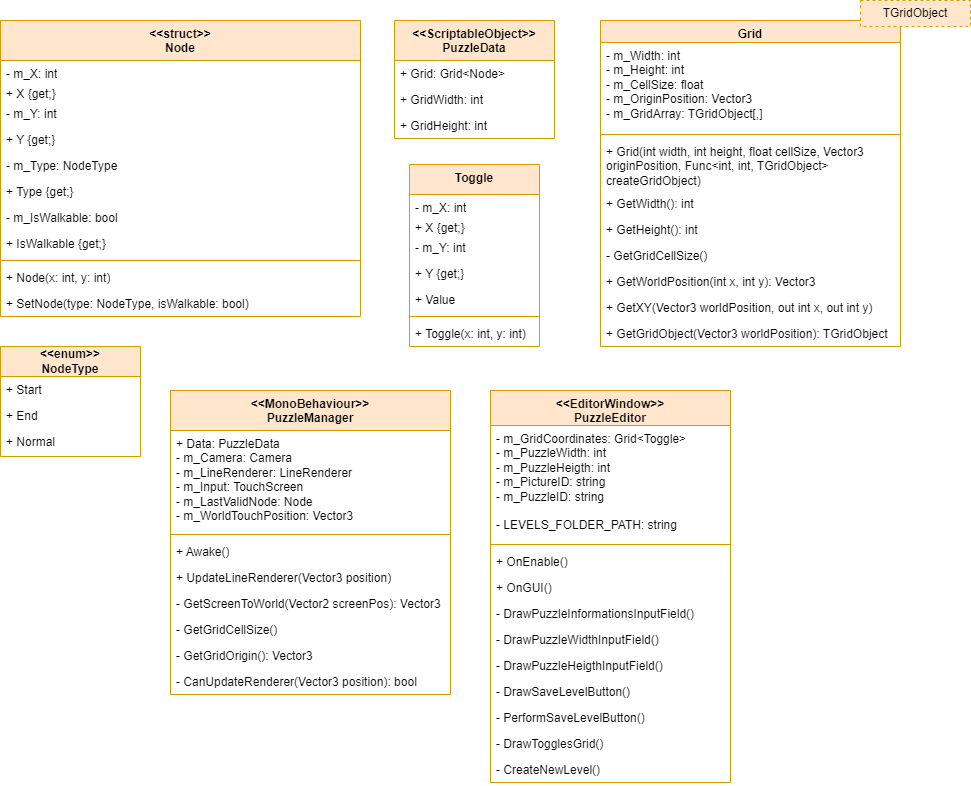
This is Documentation/Programming/uml_B2B_Museum_Puzzles.png from gabevlogd/Brera-Museum-B2B-App, a draw.io export, as it was before one commit. Source tidied: cells renumbered, new cells last; positions are measured from the earlier drawing's top-left corner, leaving out a move shared by most shapes.
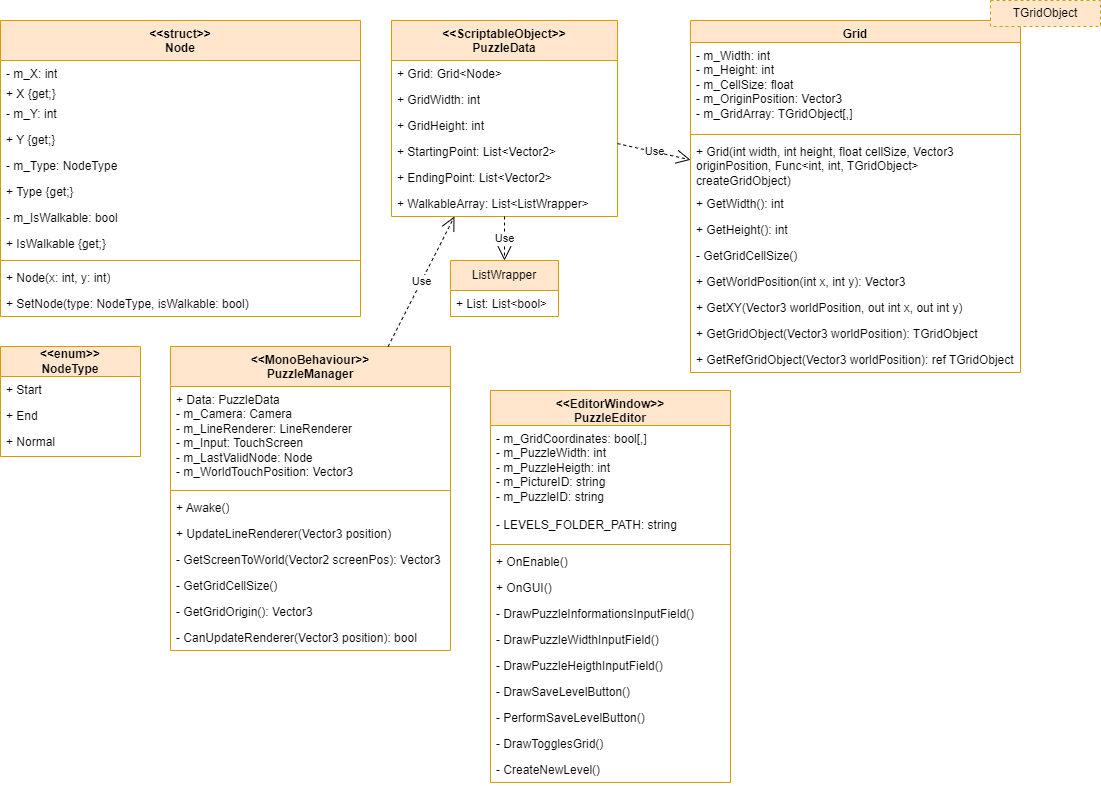
After the commit.

Commit message:
updated puzzle uml

What changed in the source:
```diff
@@ -51,7 +51,7 @@
       <mxGeometry y="82" width="140" height="28" as="geometry" />
     </mxCell>
     <mxCell id="18" value="&amp;lt;&amp;lt;MonoBehaviour&amp;gt;&amp;gt;&lt;br&gt;PuzzleManager" style="swimlane;fontStyle=1;align=center;verticalAlign=top;horizontal=1;startSize=40;whiteSpace=wrap;html=1;fillColor=#ffe6cc;strokeColor=#d79b00;" parent="1" vertex="1">
-      <mxGeometry x="170" y="390" width="280" height="304" as="geometry" />
+      <mxGeometry x="170" y="346" width="280" height="304" as="geometry" />
     </mxCell>
     <mxCell id="19" value="&lt;div&gt;+ Data: PuzzleData&lt;/div&gt;&lt;div&gt;- m_Camera: Camera&lt;/div&gt;&lt;div&gt;- m_LineRenderer: LineRenderer&lt;/div&gt;&lt;div&gt;&lt;span style=&quot;background-color: initial;&quot;&gt;- m_Input: TouchScreen&lt;/span&gt;&lt;/div&gt;&lt;div&gt;&lt;span style=&quot;background-color: initial;&quot;&gt;- m_LastValidNode: Node&lt;/span&gt;&lt;/div&gt;&lt;div&gt;- m_WorldTouchPosition: Vector3&lt;/div&gt;" style="text;strokeColor=none;fillColor=none;align=left;verticalAlign=top;spacingLeft=4;spacingRight=4;overflow=hidden;whiteSpace=wrap;html=1;" parent="18" vertex="1">
       <mxGeometry y="40" width="280" height="100" as="geometry" />
@@ -78,78 +78,66 @@
       <mxGeometry y="278" width="280" height="26" as="geometry" />
     </mxCell>
     <mxCell id="27" value="&amp;lt;&amp;lt;ScriptableObject&amp;gt;&amp;gt;&lt;br&gt;PuzzleData" style="swimlane;fontStyle=1;align=center;verticalAlign=top;horizontal=1;startSize=40;whiteSpace=wrap;html=1;fillColor=#ffe6cc;strokeColor=#d79b00;" parent="1" vertex="1">
-      <mxGeometry x="394" y="20" width="160" height="118" as="geometry" />
+      <mxGeometry x="391" y="20" width="226" height="196" as="geometry" />
     </mxCell>
     <mxCell id="28" value="+ Grid: Grid&amp;lt;Node&amp;gt;" style="text;strokeColor=none;fillColor=none;align=left;verticalAlign=top;spacingLeft=4;spacingRight=4;overflow=hidden;whiteSpace=wrap;html=1;" parent="27" vertex="1">
-      <mxGeometry y="40" width="160" height="26" as="geometry" />
+      <mxGeometry y="40" width="226" height="26" as="geometry" />
     </mxCell>
     <mxCell id="29" value="+ GridWidth: int" style="text;strokeColor=none;fillColor=none;align=left;verticalAlign=top;spacingLeft=4;spacingRight=4;overflow=hidden;whiteSpace=wrap;html=1;" parent="27" vertex="1">
-      <mxGeometry y="66" width="160" height="26" as="geometry" />
+      <mxGeometry y="66" width="226" height="26" as="geometry" />
     </mxCell>
     <mxCell id="30" value="+ GridHeight: int" style="text;strokeColor=none;fillColor=none;align=left;verticalAlign=top;spacingLeft=4;spacingRight=4;overflow=hidden;whiteSpace=wrap;html=1;" parent="27" vertex="1">
-      <mxGeometry y="92" width="160" height="26" as="geometry" />
+      <mxGeometry y="92" width="226" height="26" as="geometry" />
     </mxCell>
+    <mxCell id="62" value="+ StartingPoint:&amp;nbsp;List&amp;lt;Vector2&amp;gt;" style="text;strokeColor=none;fillColor=none;align=left;verticalAlign=top;spacingLeft=4;spacingRight=4;overflow=hidden;whiteSpace=wrap;html=1;" parent="27" vertex="1">
+      <mxGeometry y="118" width="226" height="26" as="geometry" />
+    </mxCell>
+    <mxCell id="63" value="+ EndingPoint:&amp;nbsp;List&amp;lt;Vector2&amp;gt;" style="text;strokeColor=none;fillColor=none;align=left;verticalAlign=top;spacingLeft=4;spacingRight=4;overflow=hidden;whiteSpace=wrap;html=1;" parent="27" vertex="1">
+      <mxGeometry y="144" width="226" height="26" as="geometry" />
+    </mxCell>
+    <mxCell id="64" value="+ WalkableArray: List&amp;lt;ListWrapper&amp;gt;" style="text;strokeColor=none;fillColor=none;align=left;verticalAlign=top;spacingLeft=4;spacingRight=4;overflow=hidden;whiteSpace=wrap;html=1;" parent="27" vertex="1">
+      <mxGeometry y="170" width="226" height="26" as="geometry" />
+    </mxCell>
     <mxCell id="31" value="Grid" style="swimlane;fontStyle=1;align=center;verticalAlign=top;horizontal=1;startSize=22;whiteSpace=wrap;html=1;fillColor=#ffe6cc;strokeColor=#d79b00;" parent="1" vertex="1">
-      <mxGeometry x="600" y="20" width="300" height="326" as="geometry" />
+      <mxGeometry x="690" y="20" width="330" height="352" as="geometry" />
     </mxCell>
     <mxCell id="32" value="&lt;div&gt;- m_Width: int&lt;/div&gt;&lt;div&gt;- m_Height: int&lt;/div&gt;&lt;div&gt;- m_CellSize: float&lt;/div&gt;&lt;div&gt;- m_OriginPosition: Vector3&lt;/div&gt;&lt;div&gt;- m_GridArray: TGridObject[,]&lt;/div&gt;" style="text;strokeColor=none;fillColor=none;align=left;verticalAlign=top;spacingLeft=4;spacingRight=4;overflow=hidden;whiteSpace=wrap;html=1;" parent="31" vertex="1">
-      <mxGeometry y="22" width="300" height="88" as="geometry" />
+      <mxGeometry y="22" width="330" height="88" as="geometry" />
     </mxCell>
     <mxCell id="33" style="line;strokeWidth=1;fillColor=none;align=left;verticalAlign=middle;spacingTop=-1;spacingLeft=3;spacingRight=3;labelPosition=right;strokeColor=inherit;" parent="31" vertex="1">
-      <mxGeometry y="110" width="300" height="8" as="geometry" />
+      <mxGeometry y="110" width="330" height="8" as="geometry" />
     </mxCell>
     <mxCell id="34" value="+&amp;nbsp;Grid(int width, int height, float cellSize, Vector3 originPosition, Func&amp;lt;int, int, TGridObject&amp;gt; createGridObject)&amp;nbsp;&lt;br&gt;" style="text;strokeColor=none;fillColor=none;align=left;verticalAlign=top;spacingLeft=4;spacingRight=4;overflow=hidden;whiteSpace=wrap;html=1;" parent="31" vertex="1">
-      <mxGeometry y="118" width="300" height="52" as="geometry" />
+      <mxGeometry y="118" width="330" height="52" as="geometry" />
     </mxCell>
     <mxCell id="35" value="+&amp;nbsp;GetWidth(): int" style="text;strokeColor=none;fillColor=none;align=left;verticalAlign=top;spacingLeft=4;spacingRight=4;overflow=hidden;whiteSpace=wrap;html=1;" parent="31" vertex="1">
-      <mxGeometry y="170" width="300" height="26" as="geometry" />
+      <mxGeometry y="170" width="330" height="26" as="geometry" />
     </mxCell>
     <mxCell id="36" value="+&amp;nbsp;GetHeight(): int" style="text;strokeColor=none;fillColor=none;align=left;verticalAlign=top;spacingLeft=4;spacingRight=4;overflow=hidden;whiteSpace=wrap;html=1;" parent="31" vertex="1">
-      <mxGeometry y="196" width="300" height="26" as="geometry" />
+      <mxGeometry y="196" width="330" height="26" as="geometry" />
     </mxCell>
     <mxCell id="37" value="-&amp;nbsp;GetGridCellSize()" style="text;strokeColor=none;fillColor=none;align=left;verticalAlign=top;spacingLeft=4;spacingRight=4;overflow=hidden;whiteSpace=wrap;html=1;" parent="31" vertex="1">
-      <mxGeometry y="222" width="300" height="26" as="geometry" />
+      <mxGeometry y="222" width="330" height="26" as="geometry" />
     </mxCell>
     <mxCell id="38" value="+&amp;nbsp;GetWorldPosition(int x, int y): Vector3" style="text;strokeColor=none;fillColor=none;align=left;verticalAlign=top;spacingLeft=4;spacingRight=4;overflow=hidden;whiteSpace=wrap;html=1;" parent="31" vertex="1">
-      <mxGeometry y="248" width="300" height="26" as="geometry" />
+      <mxGeometry y="248" width="330" height="26" as="geometry" />
     </mxCell>
     <mxCell id="39" value="+&amp;nbsp;GetXY(Vector3 worldPosition, out int x, out int y)&amp;nbsp;" style="text;strokeColor=none;fillColor=none;align=left;verticalAlign=top;spacingLeft=4;spacingRight=4;overflow=hidden;whiteSpace=wrap;html=1;" parent="31" vertex="1">
-      <mxGeometry y="274" width="300" height="26" as="geometry" />
+      <mxGeometry y="274" width="330" height="26" as="geometry" />
     </mxCell>
     <mxCell id="40" value="+&amp;nbsp;GetGridObject(Vector3 worldPosition): TGridObject" style="text;strokeColor=none;fillColor=none;align=left;verticalAlign=top;spacingLeft=4;spacingRight=4;overflow=hidden;whiteSpace=wrap;html=1;" parent="31" vertex="1">
-      <mxGeometry y="300" width="300" height="26" as="geometry" />
+      <mxGeometry y="300" width="330" height="26" as="geometry" />
     </mxCell>
+    <mxCell id="65" value="+&amp;nbsp;GetRefGridObject(Vector3 worldPosition): ref TGridObject" style="text;strokeColor=none;fillColor=none;align=left;verticalAlign=top;spacingLeft=4;spacingRight=4;overflow=hidden;whiteSpace=wrap;html=1;" parent="31" vertex="1">
+      <mxGeometry y="326" width="330" height="26" as="geometry" />
+    </mxCell>
     <mxCell id="41" value="TGridObject" style="html=1;whiteSpace=wrap;fillColor=#ffe6cc;strokeColor=#d79b00;dashed=1;" parent="1" vertex="1">
-      <mxGeometry x="860" width="110" height="26" as="geometry" />
+      <mxGeometry x="990" width="110" height="26" as="geometry" />
     </mxCell>
-    <mxCell id="42" value="Toggle" style="swimlane;fontStyle=1;align=center;verticalAlign=top;horizontal=1;startSize=30;whiteSpace=wrap;html=1;fillColor=#ffe6cc;strokeColor=#d79b00;" parent="1" vertex="1">
-      <mxGeometry x="409" y="164" width="130" height="182" as="geometry" />
-    </mxCell>
-    <mxCell id="43" value="- m_X: int" style="text;strokeColor=none;fillColor=none;align=left;verticalAlign=top;spacingLeft=4;spacingRight=4;overflow=hidden;whiteSpace=wrap;html=1;" parent="42" vertex="1">
-      <mxGeometry y="30" width="130" height="20" as="geometry" />
-    </mxCell>
-    <mxCell id="44" value="+ X {get;}" style="text;strokeColor=none;fillColor=none;align=left;verticalAlign=top;spacingLeft=4;spacingRight=4;overflow=hidden;whiteSpace=wrap;html=1;" parent="42" vertex="1">
-      <mxGeometry y="50" width="130" height="20" as="geometry" />
-    </mxCell>
-    <mxCell id="45" value="- m_Y: int" style="text;strokeColor=none;fillColor=none;align=left;verticalAlign=top;spacingLeft=4;spacingRight=4;overflow=hidden;whiteSpace=wrap;html=1;" parent="42" vertex="1">
-      <mxGeometry y="70" width="130" height="26" as="geometry" />
-    </mxCell>
-    <mxCell id="46" value="+ Y&amp;nbsp;{get;}" style="text;strokeColor=none;fillColor=none;align=left;verticalAlign=top;spacingLeft=4;spacingRight=4;overflow=hidden;whiteSpace=wrap;html=1;" parent="42" vertex="1">
-      <mxGeometry y="96" width="130" height="26" as="geometry" />
-    </mxCell>
-    <mxCell id="47" value="+ Value" style="text;strokeColor=none;fillColor=none;align=left;verticalAlign=top;spacingLeft=4;spacingRight=4;overflow=hidden;whiteSpace=wrap;html=1;" parent="42" vertex="1">
-      <mxGeometry y="122" width="130" height="26" as="geometry" />
-    </mxCell>
-    <mxCell id="48" style="line;strokeWidth=1;fillColor=none;align=left;verticalAlign=middle;spacingTop=-1;spacingLeft=3;spacingRight=3;labelPosition=right;strokeColor=inherit;" parent="42" vertex="1">
-      <mxGeometry y="148" width="130" height="8" as="geometry" />
-    </mxCell>
-    <mxCell id="49" value="+ Toggle(x: int, y: int)" style="text;strokeColor=none;fillColor=none;align=left;verticalAlign=top;spacingLeft=4;spacingRight=4;overflow=hidden;whiteSpace=wrap;html=1;" parent="42" vertex="1">
-      <mxGeometry y="156" width="130" height="26" as="geometry" />
-    </mxCell>
     <mxCell id="50" value="&amp;lt;&amp;lt;EditorWindow&amp;gt;&amp;gt;&lt;br&gt;PuzzleEditor" style="swimlane;fontStyle=1;align=center;verticalAlign=top;horizontal=1;startSize=35;whiteSpace=wrap;html=1;fillColor=#ffe6cc;strokeColor=#d79b00;" parent="1" vertex="1">
       <mxGeometry x="490" y="390" width="240" height="392" as="geometry" />
     </mxCell>
-    <mxCell id="51" value="&lt;div&gt;- m_GridCoordinates: Grid&amp;lt;Toggle&amp;gt;&lt;/div&gt;&lt;div&gt;- m_PuzzleWidth: int&lt;/div&gt;&lt;div&gt;- m_PuzzleHeigth: int&lt;/div&gt;&lt;div&gt;&lt;span style=&quot;background-color: initial;&quot;&gt;- m_PictureID: string&lt;/span&gt;&lt;/div&gt;&lt;div&gt;&lt;span style=&quot;background-color: initial;&quot;&gt;- m_PuzzleID: string&lt;/span&gt;&lt;/div&gt;&lt;div&gt;&lt;br&gt;&lt;/div&gt;&lt;div&gt;- LEVELS_FOLDER_PATH: string&lt;br&gt;&lt;/div&gt;" style="text;strokeColor=none;fillColor=none;align=left;verticalAlign=top;spacingLeft=4;spacingRight=4;overflow=hidden;whiteSpace=wrap;html=1;" parent="50" vertex="1">
+    <mxCell id="51" value="&lt;div&gt;- m_GridCoordinates: bool[,]&lt;/div&gt;&lt;div&gt;- m_PuzzleWidth: int&lt;/div&gt;&lt;div&gt;- m_PuzzleHeigth: int&lt;/div&gt;&lt;div&gt;&lt;span style=&quot;background-color: initial;&quot;&gt;- m_PictureID: string&lt;/span&gt;&lt;/div&gt;&lt;div&gt;&lt;span style=&quot;background-color: initial;&quot;&gt;- m_PuzzleID: string&lt;/span&gt;&lt;/div&gt;&lt;div&gt;&lt;br&gt;&lt;/div&gt;&lt;div&gt;- LEVELS_FOLDER_PATH: string&lt;br&gt;&lt;/div&gt;" style="text;strokeColor=none;fillColor=none;align=left;verticalAlign=top;spacingLeft=4;spacingRight=4;overflow=hidden;whiteSpace=wrap;html=1;" parent="50" vertex="1">
       <mxGeometry y="35" width="240" height="115" as="geometry" />
     </mxCell>
     <mxCell id="52" style="line;strokeWidth=1;fillColor=none;align=left;verticalAlign=middle;spacingTop=-1;spacingLeft=3;spacingRight=3;labelPosition=right;strokeColor=inherit;" parent="50" vertex="1">
@@ -182,5 +170,20 @@
     <mxCell id="61" value="-&amp;nbsp;CreateNewLevel()" style="text;strokeColor=none;fillColor=none;align=left;verticalAlign=top;spacingLeft=4;spacingRight=4;overflow=hidden;whiteSpace=wrap;html=1;" parent="50" vertex="1">
       <mxGeometry y="366" width="240" height="26" as="geometry" />
     </mxCell>
+    <mxCell id="66" value="ListWrapper" style="swimlane;fontStyle=0;horizontal=1;startSize=30;fillColor=#ffe6cc;whiteSpace=wrap;html=1;strokeColor=#d79b00;" parent="1" vertex="1">
+      <mxGeometry x="450" y="260" width="108" height="56" as="geometry" />
+    </mxCell>
+    <mxCell id="67" value="+ List: List&amp;lt;bool&amp;gt;" style="text;strokeColor=none;fillColor=none;align=left;verticalAlign=top;spacingLeft=4;spacingRight=4;overflow=hidden;whiteSpace=wrap;html=1;" parent="66" vertex="1">
+      <mxGeometry y="30" width="108" height="26" as="geometry" />
+    </mxCell>
+    <mxCell id="68" value="Use" style="endArrow=open;endSize=12;dashed=1;html=1;rounded=0;" parent="1" edge="1" source="27" target="66">
+      <mxGeometry relative="1" as="geometry" />
+    </mxCell>
+    <mxCell id="69" value="Use" style="endArrow=open;endSize=12;dashed=1;html=1;rounded=0;" parent="1" edge="1" source="18" target="27">
+      <mxGeometry relative="1" as="geometry" />
+    </mxCell>
+    <mxCell id="70" value="Use" style="endArrow=open;endSize=12;dashed=1;html=1;rounded=0;" parent="1" edge="1" source="27" target="31">
+      <mxGeometry relative="1" as="geometry" />
+    </mxCell>
   </root>
 </mxGraphModel>
```
